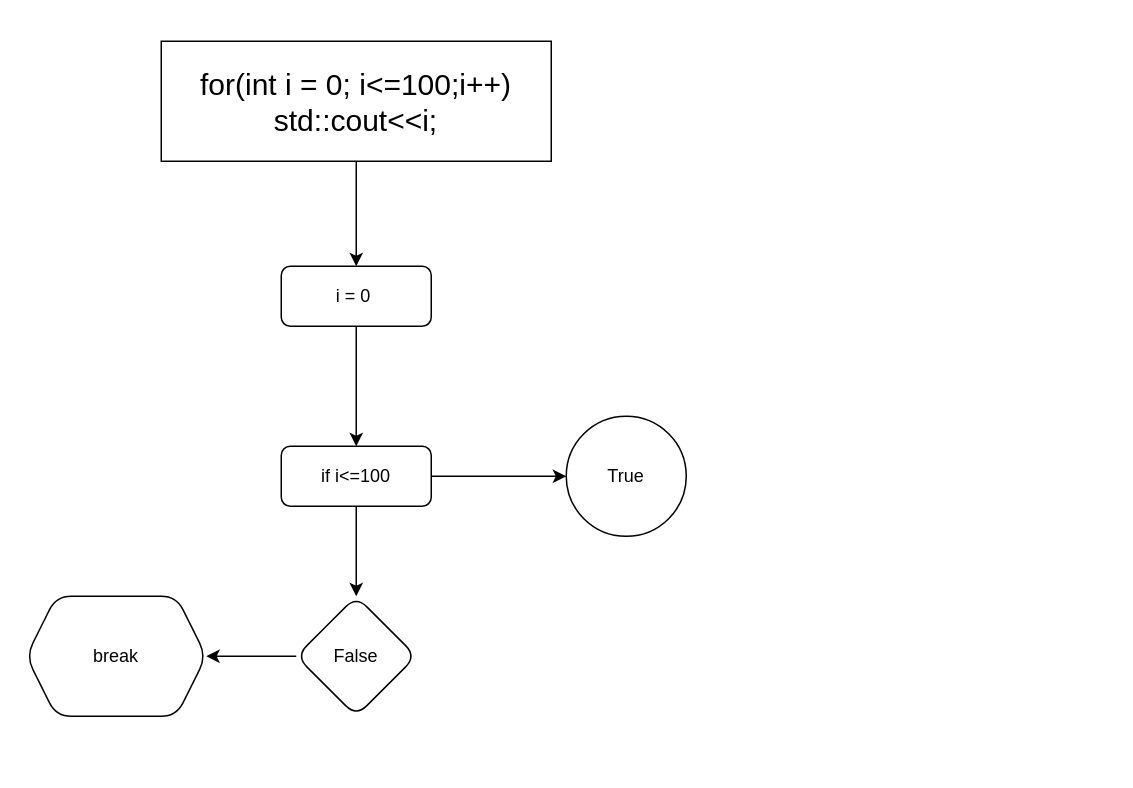
The draw.io diagram 未命名绘图.drawio in MrXnneHang/drawio, before the edit. Source tidied: cells renumbered, new cells numbered last; positions are measured from the earlier drawing's top-left corner, leaving out a move shared by most shapes. Both pictures are drawn from the tidied source at 150%, with x=0, y=0 at pixel (26, 40).
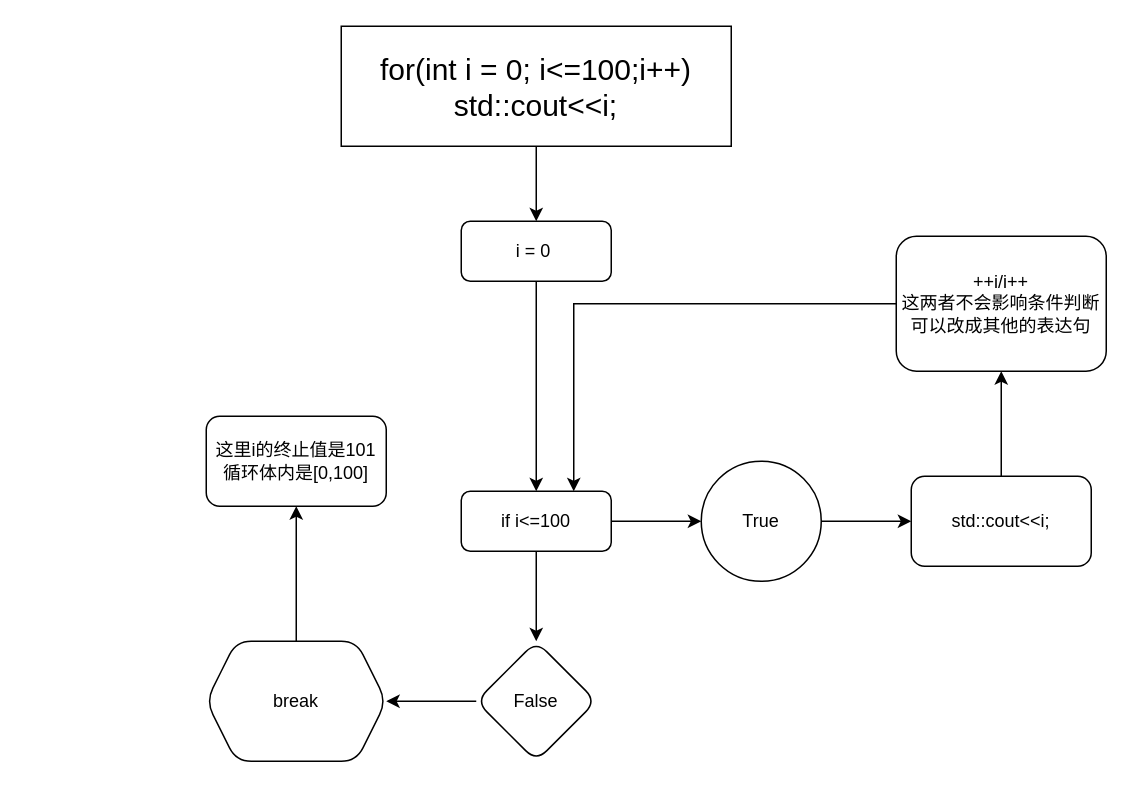
After the change.

Commit message (it also covers changes not shown here):
更新未命名绘图.drawio

Diff of the diagram source:
```diff
@@
 <mxGraphModel>
   <root>
     <mxCell id="0" />
     <mxCell id="1" parent="0" />
     <mxCell id="2" style="edgeStyle=orthogonalEdgeStyle;rounded=0;jettySize=auto;html=1;" parent="1" edge="1" source="3" target="5">
       <mxGeometry relative="1" as="geometry" />
     </mxCell>
     <mxCell id="3" value="&lt;font style=&quot;font-size: 20px;&quot;&gt;for(int i = 0; i&amp;lt;=100;i++)&lt;/font&gt;&lt;div&gt;&lt;span style=&quot;font-size: 20px;&quot;&gt;std::cout&amp;lt;&amp;lt;i;&lt;/span&gt;&lt;/div&gt;" style="rounded=0;whiteSpace=wrap;html=1;" parent="1" vertex="1">
-      <mxGeometry x="90" width="260" height="80" as="geometry" />
+      <mxGeometry x="210" y="-10" width="260" height="80" as="geometry" />
     </mxCell>
     <mxCell id="4" style="edgeStyle=orthogonalEdgeStyle;rounded=0;jettySize=auto;html=1;" parent="1" edge="1" source="5" target="8">
       <mxGeometry relative="1" as="geometry" />
     </mxCell>
     <mxCell id="5" value="i = 0&lt;font lang=&quot;zh-CN&quot; translate=&quot;no&quot; class=&quot;notranslate immersive-translate-target-wrapper&quot;&gt;&amp;nbsp; &lt;font class=&quot;immersive-translate-loading-spinner notranslate&quot;&gt;&lt;/font&gt;&lt;/font&gt;" style="rounded=1;whiteSpace=wrap;html=1;" parent="1" vertex="1">
-      <mxGeometry x="170" y="150" width="100" height="40" as="geometry" />
+      <mxGeometry x="290" y="120" width="100" height="40" as="geometry" />
     </mxCell>
     <mxCell id="6" style="edgeStyle=orthogonalEdgeStyle;rounded=0;jettySize=auto;html=1;" parent="1" edge="1" source="8" target="10">
       <mxGeometry relative="1" as="geometry" />
     </mxCell>
     <mxCell id="7" style="edgeStyle=orthogonalEdgeStyle;rounded=0;jettySize=auto;html=1;" parent="1" edge="1" source="8" target="12">
       <mxGeometry relative="1" as="geometry" />
     </mxCell>
     <mxCell id="8" value="if i&amp;lt;=100" style="rounded=1;whiteSpace=wrap;html=1;" parent="1" vertex="1">
-      <mxGeometry x="170" y="270" width="100" height="40" as="geometry" />
+      <mxGeometry x="290" y="300" width="100" height="40" as="geometry" />
     </mxCell>
     <mxCell id="9" style="edgeStyle=orthogonalEdgeStyle;rounded=0;jettySize=auto;html=1;" parent="1" edge="1" source="10" target="11">
       <mxGeometry relative="1" as="geometry" />
     </mxCell>
     <mxCell id="10" value="False" style="rhombus;whiteSpace=wrap;html=1;rounded=1;" parent="1" vertex="1">
-      <mxGeometry x="180" y="370" width="80" height="80" as="geometry" />
+      <mxGeometry x="300" y="400" width="80" height="80" as="geometry" />
     </mxCell>
+    <mxCell id="13" style="edgeStyle=orthogonalEdgeStyle;rounded=0;jettySize=auto;html=1;" parent="1" edge="1" source="11" target="19">
+      <mxGeometry relative="1" as="geometry" />
+    </mxCell>
     <mxCell id="11" value="break" style="shape=hexagon;perimeter=hexagonPerimeter2;whiteSpace=wrap;html=1;fixedSize=1;rounded=1;" parent="1" vertex="1">
-      <mxGeometry y="370" width="120" height="80" as="geometry" />
+      <mxGeometry x="120" y="400" width="120" height="80" as="geometry" />
     </mxCell>
+    <mxCell id="14" style="edgeStyle=orthogonalEdgeStyle;rounded=0;jettySize=auto;html=1;" parent="1" edge="1" source="12" target="16">
+      <mxGeometry relative="1" as="geometry" />
+    </mxCell>
     <mxCell id="12" value="True" style="ellipse;whiteSpace=wrap;html=1;rounded=1;" parent="1" vertex="1">
-      <mxGeometry x="360" y="250" width="80" height="80" as="geometry" />
+      <mxGeometry x="450" y="280" width="80" height="80" as="geometry" />
     </mxCell>
+    <mxCell id="15" style="edgeStyle=orthogonalEdgeStyle;rounded=0;jettySize=auto;html=1;" parent="1" edge="1" source="16" target="18">
+      <mxGeometry relative="1" as="geometry" />
+    </mxCell>
+    <mxCell id="16" value="std::cout&amp;lt;&amp;lt;i;" style="whiteSpace=wrap;html=1;rounded=1;" parent="1" vertex="1">
+      <mxGeometry x="590" y="290" width="120" height="60" as="geometry" />
+    </mxCell>
+    <mxCell id="17" style="edgeStyle=orthogonalEdgeStyle;rounded=0;jettySize=auto;html=1;entryX=0.75;entryY=0;entryDx=0;entryDy=0;" parent="1" edge="1" source="18" target="8">
+      <mxGeometry relative="1" as="geometry" />
+    </mxCell>
+    <mxCell id="18" value="++i/i++&lt;div&gt;这两者不会影响条件判断&lt;/div&gt;&lt;div&gt;可以改成其他的表达句&lt;/div&gt;" style="whiteSpace=wrap;html=1;rounded=1;" parent="1" vertex="1">
+      <mxGeometry x="580" y="130" width="140" height="90" as="geometry" />
+    </mxCell>
+    <mxCell id="19" value="这里i的终止值是101&lt;div&gt;循环体内是[0,100]&lt;/div&gt;" style="whiteSpace=wrap;html=1;rounded=1;" parent="1" vertex="1">
+      <mxGeometry x="120" y="250" width="120" height="60" as="geometry" />
+    </mxCell>
   </root>
 </mxGraphModel>
```
